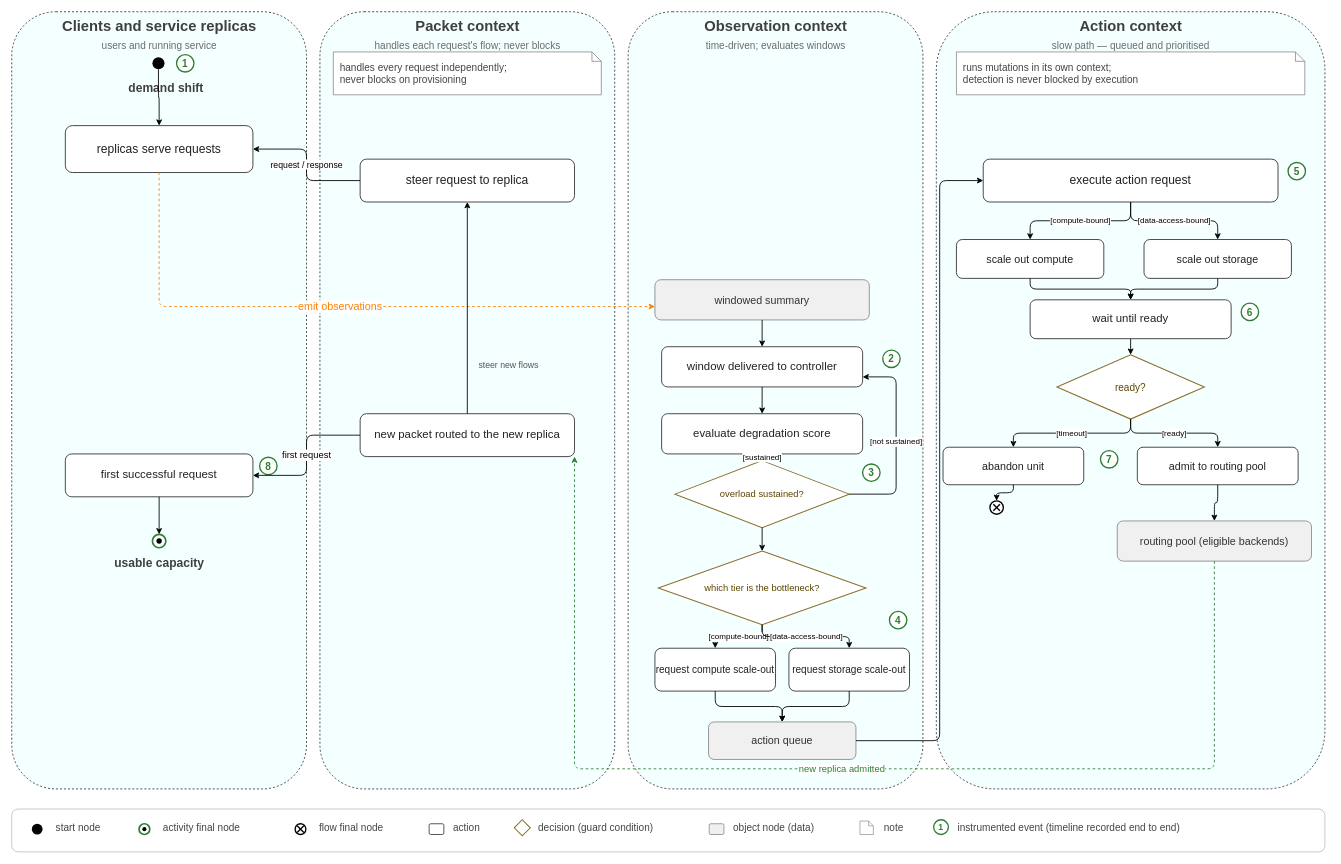
Earlier version of the draw.io diagram tese/images/src/control_workflow.drawio (poioe20p/efficient-storage-in-edge-scenarios). Source tidied: cells renumbered, new cells numbered last; positions are measured from the earlier drawing's top-left corner, leaving out a move shared by most shapes. Both pictures are drawn from the tidied source at 67%, with x=0, y=0 at pixel (11, 11).
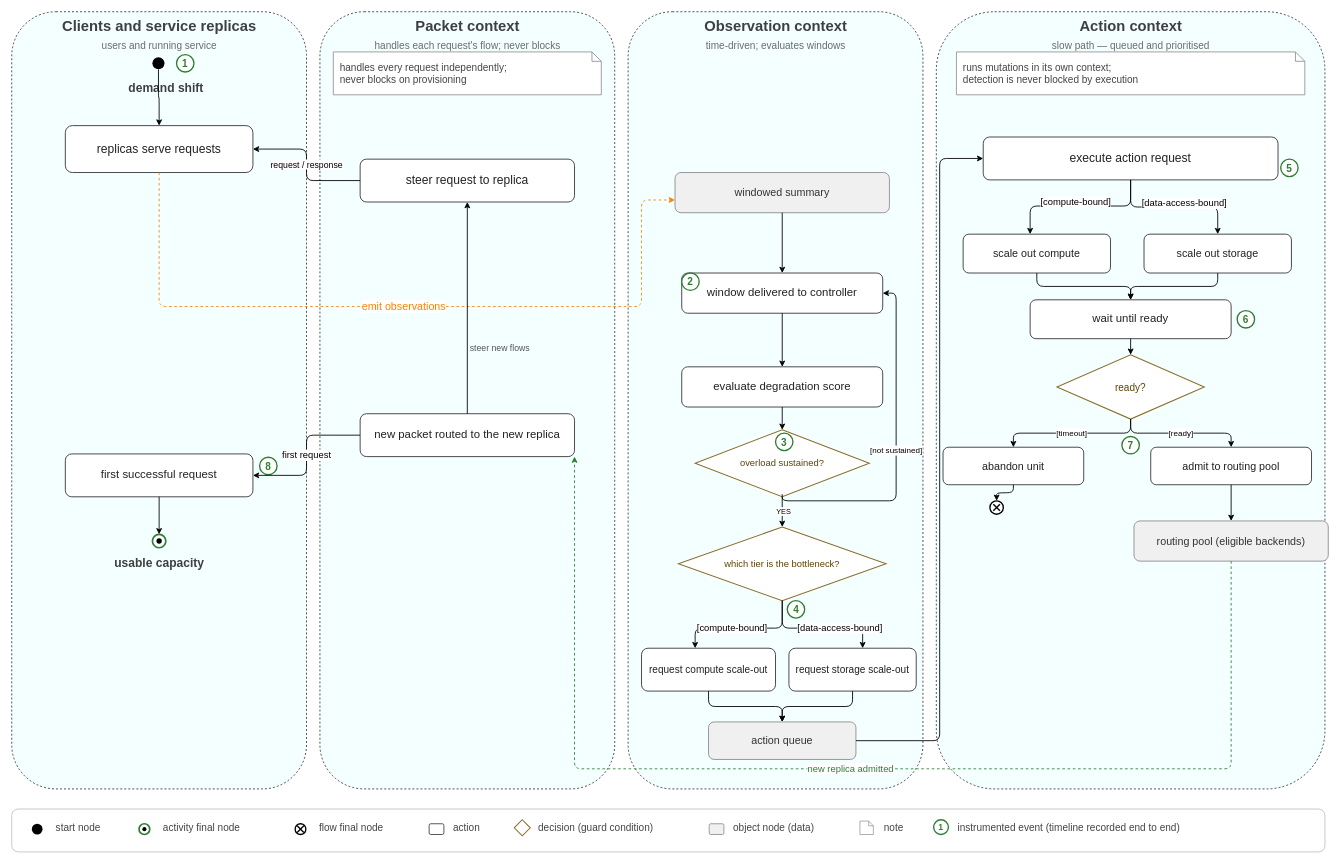
Above is the later version.

The change refers to these unchanged cells:
```xml
<mxCell id="17" value="replicas serve requests" style="rounded=1;whiteSpace=wrap;html=1;fillColor=#FFFFFF;strokeColor=#3F3F3F;strokeWidth=1.4;fontFamily=Helvetica;fontSize=18;fontColor=#222222;" parent="1" vertex="1">
  <mxGeometry x="80" y="170" width="280" height="70" as="geometry" />
</mxCell>
<mxCell id="31" value="new packet routed to the new replica" style="rounded=1;whiteSpace=wrap;html=1;fillColor=#FFFFFF;strokeColor=#3F3F3F;strokeWidth=1.4;fontFamily=Helvetica;fontSize=17;fontColor=#222222;" parent="1" vertex="1">
  <mxGeometry x="520" y="600" width="320" height="64" as="geometry" />
</mxCell>
<mxCell id="44" value="action queue" style="rounded=1;whiteSpace=wrap;html=1;fillColor=#F0F0F0;strokeColor=#8A8A8A;strokeWidth=1.3;fontFamily=Helvetica;fontSize=16;fontColor=#333333;" parent="1" vertex="1">
  <mxGeometry x="1040" y="1060" width="220" height="56" as="geometry" />
</mxCell>
<mxCell id="49" style="edgeStyle=orthogonalEdgeStyle;rounded=1;html=1;endArrow=classic;startArrow=none;strokeColor=#000000;strokeWidth=1.3;fontFamily=Helvetica;fontSize=13;fontColor=#000000;labelBackgroundColor=#FFFFFF;" parent="1" edge="1" source="38" target="40">
  <mxGeometry relative="1" as="geometry" />
</mxCell>
```

The edit, as a diff of the source:
```diff
@@
     <mxCell id="29" value="windowed summary" style="rounded=1;whiteSpace=wrap;html=1;fillColor=#F0F0F0;strokeColor=#8A8A8A;strokeWidth=1.3;fontFamily=Helvetica;fontSize=16;fontColor=#333333;" parent="1" vertex="1">
-      <mxGeometry x="960" y="400" width="320" height="60" as="geometry" />
+      <mxGeometry x="990" y="240" width="320" height="60" as="geometry" />
     </mxCell>
     <mxCell id="30" value="emit observations" style="edgeStyle=orthogonalEdgeStyle;rounded=1;html=1;endArrow=classic;startArrow=none;strokeColor=#FF8000;strokeWidth=1.3;dashed=1;fontFamily=Helvetica;fontSize=16;fontColor=#FF8000;labelBackgroundColor=#FFFFFF;" parent="1" edge="1" source="17" target="29">
       <mxGeometry relative="1" as="geometry">
         <Array as="points">
           <mxPoint x="220" y="440" />
-          <mxPoint x="960" y="440" />
+          <mxPoint x="940" y="440" />
+          <mxPoint x="940" y="281" />
         </Array>
       </mxGeometry>
     </mxCell>
@@
     <mxCell id="33" value="steer new flows" style="text;html=1;align=left;verticalAlign=middle;fontFamily=Helvetica;fontSize=13;fontColor=#555555;" parent="1" vertex="1">
-      <mxGeometry x="695" y="515" width="160" height="24" as="geometry" />
+      <mxGeometry x="682" y="490" width="160" height="24" as="geometry" />
     </mxCell>
@@
     <mxCell id="35" value="window delivered to controller" style="rounded=1;whiteSpace=wrap;html=1;fillColor=#FFFFFF;strokeColor=#3F3F3F;strokeWidth=1.4;fontFamily=Helvetica;fontSize=17;fontColor=#222222;" parent="1" vertex="1">
-      <mxGeometry x="970" y="500" width="300" height="60" as="geometry" />
+      <mxGeometry x="1000" y="390" width="300" height="60" as="geometry" />
     </mxCell>
     <mxCell id="36" value="2" style="ellipse;whiteSpace=wrap;html=1;fillColor=#FFFFFF;strokeColor=#2E7D32;strokeWidth=2;fontFamily=Helvetica;fontSize=15;fontStyle=1;fontColor=#2E7D32;" parent="1" vertex="1">
-      <mxGeometry x="1300" y="505" width="26" height="26" as="geometry" />
+      <mxGeometry x="1000" y="390" width="26" height="26" as="geometry" />
     </mxCell>
     <mxCell id="37" value="evaluate degradation score" style="rounded=1;whiteSpace=wrap;html=1;fillColor=#FFFFFF;strokeColor=#3F3F3F;strokeWidth=1.4;fontFamily=Helvetica;fontSize=17;fontColor=#222222;" parent="1" vertex="1">
-      <mxGeometry x="970" y="600" width="300" height="60" as="geometry" />
+      <mxGeometry x="1000" y="530" width="300" height="60" as="geometry" />
     </mxCell>
     <mxCell id="38" value="overload sustained?" style="rhombus;whiteSpace=wrap;html=1;fillColor=#FFFFFF;strokeColor=#8A6D2A;strokeWidth=1.5;fontFamily=Helvetica;fontSize=14;fontColor=#5C4400;" parent="1" vertex="1">
-      <mxGeometry x="990" y="670" width="260" height="100" as="geometry" />
+      <mxGeometry x="1020" y="624" width="260" height="100" as="geometry" />
     </mxCell>
     <mxCell id="39" value="3" style="ellipse;whiteSpace=wrap;html=1;fillColor=#FFFFFF;strokeColor=#2E7D32;strokeWidth=2;fontFamily=Helvetica;fontSize=15;fontStyle=1;fontColor=#2E7D32;" parent="1" vertex="1">
-      <mxGeometry x="1270" y="675" width="26" height="26" as="geometry" />
+      <mxGeometry x="1140" y="629" width="26" height="26" as="geometry" />
     </mxCell>
     <mxCell id="40" value="which tier is the bottleneck?" style="rhombus;whiteSpace=wrap;html=1;fillColor=#FFFFFF;strokeColor=#8A6D2A;strokeWidth=1.5;fontFamily=Helvetica;fontSize=14;fontColor=#5C4400;" parent="1" vertex="1">
-      <mxGeometry x="965" y="805" width="310" height="110" as="geometry" />
+      <mxGeometry x="995" y="769" width="310" height="110" as="geometry" />
     </mxCell>
     <mxCell id="41" value="request compute scale-out" style="rounded=1;whiteSpace=wrap;html=1;fillColor=#FFFFFF;strokeColor=#3F3F3F;strokeWidth=1.4;fontFamily=Helvetica;fontSize=15;fontColor=#222222;" parent="1" vertex="1">
-      <mxGeometry x="960" y="950" width="180" height="64" as="geometry" />
+      <mxGeometry x="940" y="950" width="200" height="64" as="geometry" />
     </mxCell>
     <mxCell id="42" value="request storage scale-out" style="rounded=1;whiteSpace=wrap;html=1;fillColor=#FFFFFF;strokeColor=#3F3F3F;strokeWidth=1.4;fontFamily=Helvetica;fontSize=15;fontColor=#222222;" parent="1" vertex="1">
-      <mxGeometry x="1160" y="950" width="180" height="64" as="geometry" />
+      <mxGeometry x="1160" y="950" width="190" height="64" as="geometry" />
     </mxCell>
     <mxCell id="43" value="4" style="ellipse;whiteSpace=wrap;html=1;fillColor=#FFFFFF;strokeColor=#2E7D32;strokeWidth=2;fontFamily=Helvetica;fontSize=15;fontStyle=1;fontColor=#2E7D32;" parent="1" vertex="1">
-      <mxGeometry x="1310" y="895" width="26" height="26" as="geometry" />
+      <mxGeometry x="1157.5" y="879" width="26" height="26" as="geometry" />
     </mxCell>
@@
-    <mxCell id="47" value="[sustained]" style="edgeStyle=orthogonalEdgeStyle;rounded=1;html=1;endArrow=classic;startArrow=none;strokeColor=#000000;strokeWidth=1.3;fontFamily=Helvetica;fontSize=12;fontColor=#000000;labelBackgroundColor=#FFFFFF;" parent="1" edge="1" source="37" target="38">
+    <mxCell id="47" style="edgeStyle=orthogonalEdgeStyle;rounded=1;html=1;endArrow=classic;startArrow=none;strokeColor=#000000;strokeWidth=1.3;fontFamily=Helvetica;fontSize=12;fontColor=#000000;labelBackgroundColor=#FFFFFF;" parent="1" edge="1" source="37" target="38">
       <mxGeometry relative="1" as="geometry" />
     </mxCell>
-    <mxCell id="48" value="[not sustained]" style="edgeStyle=orthogonalEdgeStyle;rounded=1;html=1;endArrow=classic;startArrow=none;strokeColor=#000000;strokeWidth=1.3;fontFamily=Helvetica;fontSize=12;fontColor=#000000;labelBackgroundColor=#FFFFFF;" parent="1" edge="1" source="38" target="35">
+    <mxCell id="48" value="[not sustained]" style="edgeStyle=orthogonalEdgeStyle;rounded=1;html=1;endArrow=classic;startArrow=none;strokeColor=#000000;strokeWidth=1.3;fontFamily=Helvetica;fontSize=12;fontColor=#000000;labelBackgroundColor=#FFFFFF;" parent="1" edge="1" target="35">
       <mxGeometry relative="1" as="geometry">
+        <mxPoint x="1150" y="720" as="sourcePoint" />
         <Array as="points">
-          <mxPoint x="1320" y="720" />
-          <mxPoint x="1320" y="545" />
+          <mxPoint x="1150" y="730" />
+          <mxPoint x="1320" y="730" />
+          <mxPoint x="1320" y="420" />
         </Array>
       </mxGeometry>
     </mxCell>
@@
+    <mxCell id="101" value="YES" style="edgeLabel;html=1;align=center;verticalAlign=middle;" parent="49" vertex="1">
+      <mxGeometry x="-0.08" y="1" relative="1" as="geometry" />
+    </mxCell>
-    <mxCell id="50" value="[compute-bound]" style="edgeStyle=orthogonalEdgeStyle;rounded=1;html=1;endArrow=classic;startArrow=none;strokeColor=#000000;strokeWidth=1.3;fontFamily=Helvetica;fontSize=12;fontColor=#000000;labelBackgroundColor=#FFFFFF;" parent="1" edge="1" source="40" target="41">
-      <mxGeometry relative="1" as="geometry" />
+    <mxCell id="50" value="&lt;font style=&quot;font-size: 14px;&quot;&gt;[compute-bound]&lt;/font&gt;" style="edgeStyle=orthogonalEdgeStyle;rounded=1;html=1;endArrow=classic;startArrow=none;strokeColor=#000000;strokeWidth=1.3;fontFamily=Helvetica;fontSize=12;fontColor=#000000;labelBackgroundColor=#FFFFFF;" parent="1" edge="1" source="40" target="41">
+      <mxGeometry x="0.16" relative="1" as="geometry">
+        <Array as="points">
+          <mxPoint x="1150" y="920" />
+          <mxPoint x="1020" y="920" />
+        </Array>
+        <mxPoint x="1" as="offset" />
+      </mxGeometry>
     </mxCell>
-    <mxCell id="51" value="[data-access-bound]" style="edgeStyle=orthogonalEdgeStyle;rounded=1;html=1;endArrow=classic;startArrow=none;strokeColor=#000000;strokeWidth=1.3;fontFamily=Helvetica;fontSize=12;fontColor=#000000;labelBackgroundColor=#FFFFFF;" parent="1" edge="1" source="40" target="42">
-      <mxGeometry relative="1" as="geometry" />
+    <mxCell id="51" value="&lt;font style=&quot;font-size: 14px;&quot;&gt;[data-access-bound]&lt;/font&gt;" style="edgeStyle=orthogonalEdgeStyle;rounded=1;html=1;endArrow=classic;startArrow=none;strokeColor=#000000;strokeWidth=1.3;fontFamily=Helvetica;fontSize=12;fontColor=#000000;labelBackgroundColor=#FFFFFF;" parent="1" edge="1" source="40" target="42">
+      <mxGeometry x="0.33" relative="1" as="geometry">
+        <Array as="points">
+          <mxPoint x="1150" y="920" />
+          <mxPoint x="1270" y="920" />
+        </Array>
+      </mxGeometry>
     </mxCell>
@@
     <mxCell id="55" value="execute action request" style="rounded=1;whiteSpace=wrap;html=1;fillColor=#FFFFFF;strokeColor=#3F3F3F;strokeWidth=1.4;fontFamily=Helvetica;fontSize=18;fontColor=#222222;" parent="1" vertex="1">
-      <mxGeometry x="1450" y="220" width="440" height="64" as="geometry" />
+      <mxGeometry x="1450" y="187" width="440" height="64" as="geometry" />
     </mxCell>
     <mxCell id="56" value="5" style="ellipse;whiteSpace=wrap;html=1;fillColor=#FFFFFF;strokeColor=#2E7D32;strokeWidth=2;fontFamily=Helvetica;fontSize=15;fontStyle=1;fontColor=#2E7D32;" parent="1" vertex="1">
-      <mxGeometry x="1905" y="225" width="26" height="26" as="geometry" />
+      <mxGeometry x="1894" y="220" width="26" height="26" as="geometry" />
     </mxCell>
-    <mxCell id="57" style="edgeStyle=orthogonalEdgeStyle;rounded=1;html=1;endArrow=classic;startArrow=none;strokeColor=#000000;strokeWidth=1.3;fontFamily=Helvetica;fontSize=13;fontColor=#000000;labelBackgroundColor=#FFFFFF;" parent="1" edge="1" source="44" target="55">
+    <mxCell id="57" style="edgeStyle=orthogonalEdgeStyle;rounded=1;html=1;endArrow=classic;startArrow=none;strokeColor=#000000;strokeWidth=1.3;fontFamily=Helvetica;fontSize=13;fontColor=#000000;labelBackgroundColor=#FFFFFF;entryX=0;entryY=0.5;entryDx=0;entryDy=0;" parent="1" edge="1" source="44" target="55">
       <mxGeometry relative="1" as="geometry">
         <Array as="points">
           <mxPoint x="1385" y="1088" />
-          <mxPoint x="1385" y="252" />
+          <mxPoint x="1385" y="219" />
         </Array>
       </mxGeometry>
     </mxCell>
     <mxCell id="58" value="scale out compute" style="rounded=1;whiteSpace=wrap;html=1;fillColor=#FFFFFF;strokeColor=#3F3F3F;strokeWidth=1.4;fontFamily=Helvetica;fontSize=16;fontColor=#222222;" parent="1" vertex="1">
-      <mxGeometry x="1410" y="340" width="220" height="58" as="geometry" />
+      <mxGeometry x="1420" y="332" width="220" height="58" as="geometry" />
     </mxCell>
     <mxCell id="59" value="scale out storage" style="rounded=1;whiteSpace=wrap;html=1;fillColor=#FFFFFF;strokeColor=#3F3F3F;strokeWidth=1.4;fontFamily=Helvetica;fontSize=16;fontColor=#222222;" parent="1" vertex="1">
-      <mxGeometry x="1690" y="340" width="220" height="58" as="geometry" />
+      <mxGeometry x="1690" y="332" width="220" height="58" as="geometry" />
     </mxCell>
-    <mxCell id="60" value="[compute-bound]" style="edgeStyle=orthogonalEdgeStyle;rounded=1;html=1;endArrow=classic;startArrow=none;strokeColor=#000000;strokeWidth=1.3;fontFamily=Helvetica;fontSize=12;fontColor=#000000;labelBackgroundColor=#FFFFFF;" parent="1" edge="1" source="55" target="58">
-      <mxGeometry relative="1" as="geometry" />
+    <mxCell id="60" value="&lt;font style=&quot;font-size: 14px;&quot;&gt;[compute-bound]&lt;/font&gt;" style="edgeStyle=orthogonalEdgeStyle;rounded=1;html=1;endArrow=classic;startArrow=none;strokeColor=#000000;strokeWidth=1.3;fontFamily=Helvetica;fontSize=12;fontColor=#000000;labelBackgroundColor=#FFFFFF;" parent="1" edge="1" source="55" target="58">
+      <mxGeometry x="0.05" y="-6" relative="1" as="geometry">
+        <Array as="points">
+          <mxPoint x="1670" y="290" />
+          <mxPoint x="1520" y="290" />
+        </Array>
+      </mxGeometry>
     </mxCell>
-    <mxCell id="61" value="[data-access-bound]" style="edgeStyle=orthogonalEdgeStyle;rounded=1;html=1;endArrow=classic;startArrow=none;strokeColor=#000000;strokeWidth=1.3;fontFamily=Helvetica;fontSize=12;fontColor=#000000;labelBackgroundColor=#FFFFFF;" parent="1" edge="1" source="55" target="59">
-      <mxGeometry relative="1" as="geometry" />
+    <mxCell id="61" value="&lt;font style=&quot;font-size: 14px;&quot;&gt;[data-access-bound]&lt;/font&gt;" style="edgeStyle=orthogonalEdgeStyle;rounded=1;html=1;endArrow=classic;startArrow=none;strokeColor=#000000;strokeWidth=1.3;fontFamily=Helvetica;fontSize=12;fontColor=#000000;labelBackgroundColor=#FFFFFF;" parent="1" edge="1" source="55" target="59">
+      <mxGeometry x="0.14" y="6" relative="1" as="geometry" />
     </mxCell>
@@
     <mxCell id="63" value="6" style="ellipse;whiteSpace=wrap;html=1;fillColor=#FFFFFF;strokeColor=#2E7D32;strokeWidth=2;fontFamily=Helvetica;fontSize=15;fontStyle=1;fontColor=#2E7D32;" parent="1" vertex="1">
-      <mxGeometry x="1835" y="435" width="26" height="26" as="geometry" />
+      <mxGeometry x="1829" y="446" width="26" height="26" as="geometry" />
     </mxCell>
@@
     <mxCell id="75" value="admit to routing pool" style="rounded=1;whiteSpace=wrap;html=1;fillColor=#FFFFFF;strokeColor=#3F3F3F;strokeWidth=1.4;fontFamily=Helvetica;fontSize=16;fontColor=#222222;" parent="1" vertex="1">
-      <mxGeometry x="1680" y="650" width="240" height="56" as="geometry" />
+      <mxGeometry x="1700" y="650" width="240" height="56" as="geometry" />
     </mxCell>
@@
     <mxCell id="77" value="7" style="ellipse;whiteSpace=wrap;html=1;fillColor=#FFFFFF;strokeColor=#2E7D32;strokeWidth=2;fontFamily=Helvetica;fontSize=15;fontStyle=1;fontColor=#2E7D32;" parent="1" vertex="1">
-      <mxGeometry x="1625" y="655" width="26" height="26" as="geometry" />
+      <mxGeometry x="1657" y="634" width="26" height="26" as="geometry" />
     </mxCell>
     <mxCell id="78" value="routing pool (eligible backends)" style="rounded=1;whiteSpace=wrap;html=1;fillColor=#F0F0F0;strokeColor=#8A8A8A;strokeWidth=1.3;fontFamily=Helvetica;fontSize=16;fontColor=#333333;" parent="1" vertex="1">
-      <mxGeometry x="1650" y="760" width="290" height="60" as="geometry" />
+      <mxGeometry x="1675" y="760" width="290" height="60" as="geometry" />
     </mxCell>
@@
     <mxCell id="80" value="new replica admitted" style="edgeStyle=orthogonalEdgeStyle;rounded=1;html=1;endArrow=classic;startArrow=none;strokeColor=#2E7D32;strokeWidth=1.3;dashed=1;fontFamily=Helvetica;fontSize=14;fontColor=#2E7D32;labelBackgroundColor=#FFFFFF;" parent="1" edge="1" source="78" target="31">
       <mxGeometry relative="1" as="geometry">
         <Array as="points">
-          <mxPoint x="1795" y="1130" />
+          <mxPoint x="1820" y="1130" />
           <mxPoint x="840" y="1130" />
         </Array>
       </mxGeometry>
     </mxCell>
```
